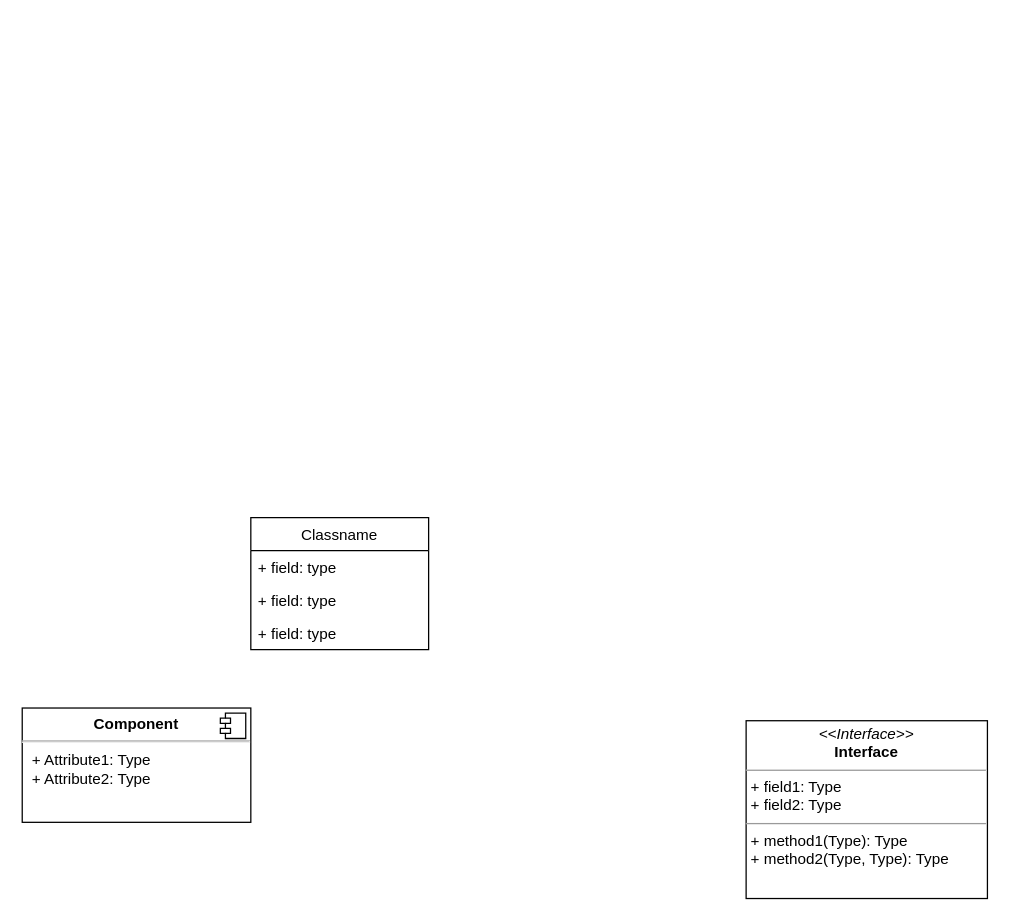
The draw.io diagram wise-fashion-test.drawio in KimSunWook/diagram.io, before the edit. Source tidied: cells renumbered, new cells numbered last; positions are measured from the earlier drawing's top-left corner, leaving out a move shared by most shapes. Both pictures are drawn from the tidied source at 127%, with x=0, y=0 at pixel (22, 517).
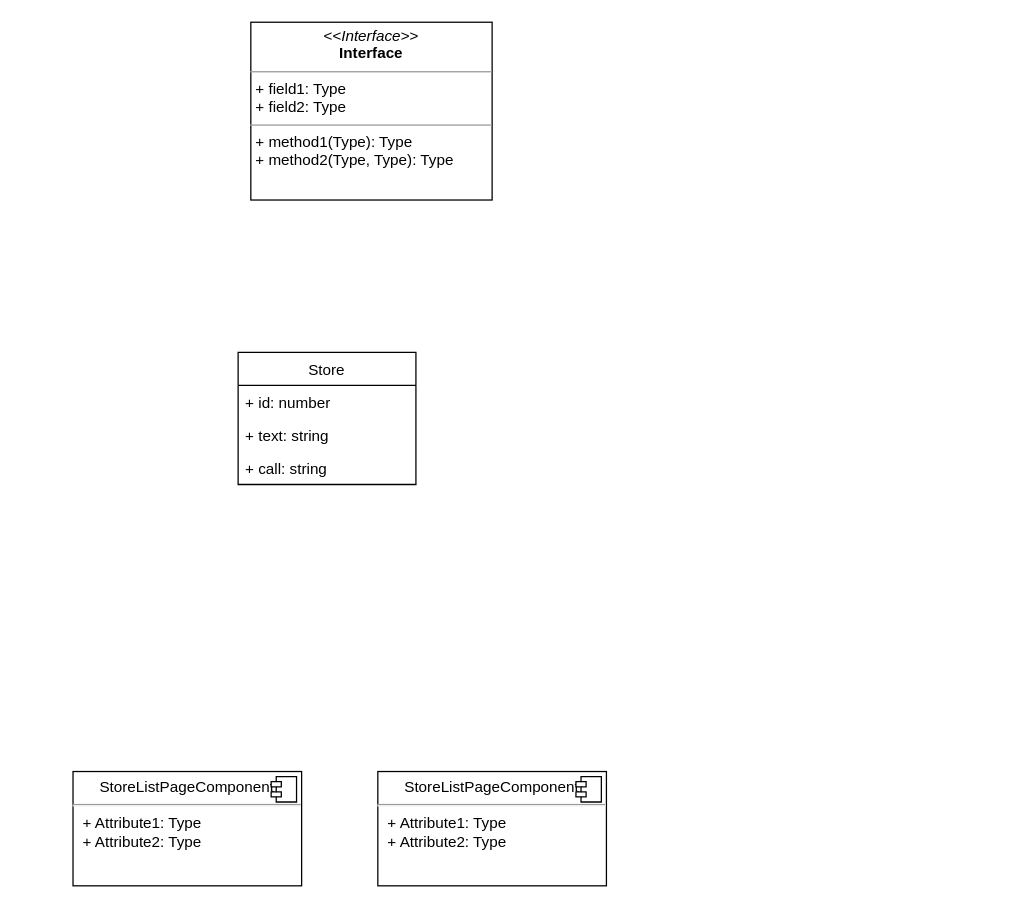
The same page after the edit.

What changed in the source:
```diff
@@
 <mxGraphModel>
   <root>
     <mxCell id="0" />
     <mxCell id="1" parent="0" />
-    <mxCell id="2" value="Classname" style="swimlane;fontStyle=0;horizontal=1;startSize=26;fillColor=none;" parent="1" vertex="1">
-      <mxGeometry x="180" width="140" height="104" as="geometry" />
+    <mxCell id="2" value="Store" style="swimlane;fontStyle=0;horizontal=1;startSize=26;fillColor=none;" parent="1" vertex="1">
+      <mxGeometry x="170" y="-130" width="140" height="104" as="geometry" />
     </mxCell>
-    <mxCell id="3" value="+ field: type" style="text;strokeColor=none;fillColor=none;align=left;verticalAlign=top;spacingLeft=4;spacingRight=4;overflow=hidden;" parent="2" vertex="1">
+    <mxCell id="3" value="+ id: number" style="text;strokeColor=none;fillColor=none;align=left;verticalAlign=top;spacingLeft=4;spacingRight=4;overflow=hidden;" parent="2" vertex="1">
       <mxGeometry y="26" width="140" height="26" as="geometry" />
     </mxCell>
-    <mxCell id="4" value="+ field: type" style="text;strokeColor=none;fillColor=none;align=left;verticalAlign=top;spacingLeft=4;spacingRight=4;overflow=hidden;" parent="2" vertex="1">
+    <mxCell id="4" value="+ text: string" style="text;strokeColor=none;fillColor=none;align=left;verticalAlign=top;spacingLeft=4;spacingRight=4;overflow=hidden;" parent="2" vertex="1">
       <mxGeometry y="52" width="140" height="26" as="geometry" />
     </mxCell>
-    <mxCell id="5" value="+ field: type" style="text;strokeColor=none;fillColor=none;align=left;verticalAlign=top;spacingLeft=4;spacingRight=4;overflow=hidden;" parent="2" vertex="1">
+    <mxCell id="5" value="+ call: string" style="text;strokeColor=none;fillColor=none;align=left;verticalAlign=top;spacingLeft=4;spacingRight=4;overflow=hidden;" parent="2" vertex="1">
       <mxGeometry y="78" width="140" height="26" as="geometry" />
     </mxCell>
-    <mxCell id="6" value="&lt;p style=&quot;margin:0px;margin-top:6px;text-align:center;&quot;&gt;&lt;b&gt;Component&lt;/b&gt;&lt;/p&gt;&lt;hr/&gt;&lt;p style=&quot;margin:0px;margin-left:8px;&quot;&gt;+ Attribute1: Type&lt;br/&gt;+ Attribute2: Type&lt;/p&gt;" style="align=left;overflow=fill;html=1;" parent="1" vertex="1">
-      <mxGeometry y="150" width="180" height="90" as="geometry" />
+    <mxCell id="6" value="&lt;p style=&quot;margin: 0px ; margin-top: 6px ; text-align: center&quot;&gt;&lt;span style=&quot;text-align: left&quot;&gt;StoreListPageComponent&lt;/span&gt;&lt;br&gt;&lt;/p&gt;&lt;hr&gt;&lt;p style=&quot;margin: 0px ; margin-left: 8px&quot;&gt;+ Attribute1: Type&lt;br&gt;+ Attribute2: Type&lt;/p&gt;" style="align=left;overflow=fill;html=1;" parent="1" vertex="1">
+      <mxGeometry x="40" y="200" width="180" height="90" as="geometry" />
     </mxCell>
     <mxCell id="7" style="shape=component;jettyWidth=8;jettyHeight=4;" parent="6" vertex="1">
       <mxGeometry x="1" width="20" height="20" relative="1" as="geometry">
         <mxPoint x="-24" y="4" as="offset" />
       </mxGeometry>
     </mxCell>
     <mxCell id="8" value="&lt;p style=&quot;margin:0px;margin-top:4px;text-align:center;&quot;&gt;&lt;i&gt;&amp;lt;&amp;lt;Interface&amp;gt;&amp;gt;&lt;/i&gt;&lt;br/&gt;&lt;b&gt;Interface&lt;/b&gt;&lt;/p&gt;&lt;hr size=&quot;1&quot;/&gt;&lt;p style=&quot;margin:0px;margin-left:4px;&quot;&gt;+ field1: Type&lt;br/&gt;+ field2: Type&lt;/p&gt;&lt;hr size=&quot;1&quot;/&gt;&lt;p style=&quot;margin:0px;margin-left:4px;&quot;&gt;+ method1(Type): Type&lt;br/&gt;+ method2(Type, Type): Type&lt;/p&gt;" style="verticalAlign=top;align=left;overflow=fill;fontSize=12;fontFamily=Helvetica;html=1;" parent="1" vertex="1">
-      <mxGeometry x="570" y="160" width="190" height="140" as="geometry" />
+      <mxGeometry x="180" y="-390" width="190" height="140" as="geometry" />
     </mxCell>
+    <mxCell id="9" value="&lt;p style=&quot;margin: 0px ; margin-top: 6px ; text-align: center&quot;&gt;&lt;span style=&quot;text-align: left&quot;&gt;StoreListPageComponent&lt;/span&gt;&lt;br&gt;&lt;/p&gt;&lt;hr&gt;&lt;p style=&quot;margin: 0px ; margin-left: 8px&quot;&gt;+ Attribute1: Type&lt;br&gt;+ Attribute2: Type&lt;/p&gt;" style="align=left;overflow=fill;html=1;" parent="1" vertex="1">
+      <mxGeometry x="280" y="200" width="180" height="90" as="geometry" />
+    </mxCell>
+    <mxCell id="10" style="shape=component;jettyWidth=8;jettyHeight=4;" parent="9" vertex="1">
+      <mxGeometry x="1" width="20" height="20" relative="1" as="geometry">
+        <mxPoint x="-24" y="4" as="offset" />
+      </mxGeometry>
+    </mxCell>
   </root>
 </mxGraphModel>
```
